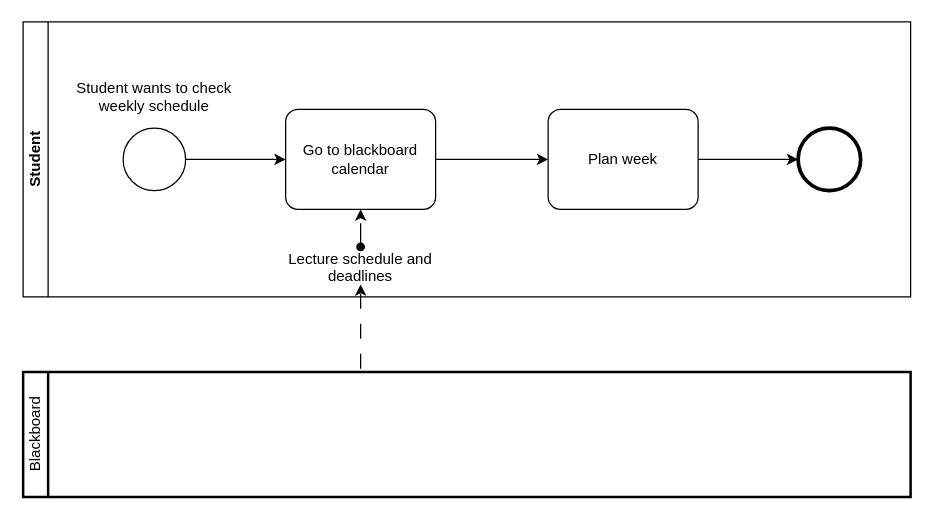
Earlier version of the draw.io diagram TDT4175-information-systems/group-project/sub-processes/weekly-schedule-new.drawio (jKm00/master-courses). Source tidied: cells renumbered, new cells numbered last; positions are measured from the earlier drawing's top-left corner, leaving out a move shared by most shapes. Both pictures are drawn from the tidied source at 125%, with x=0, y=0 at pixel (-15, 21).
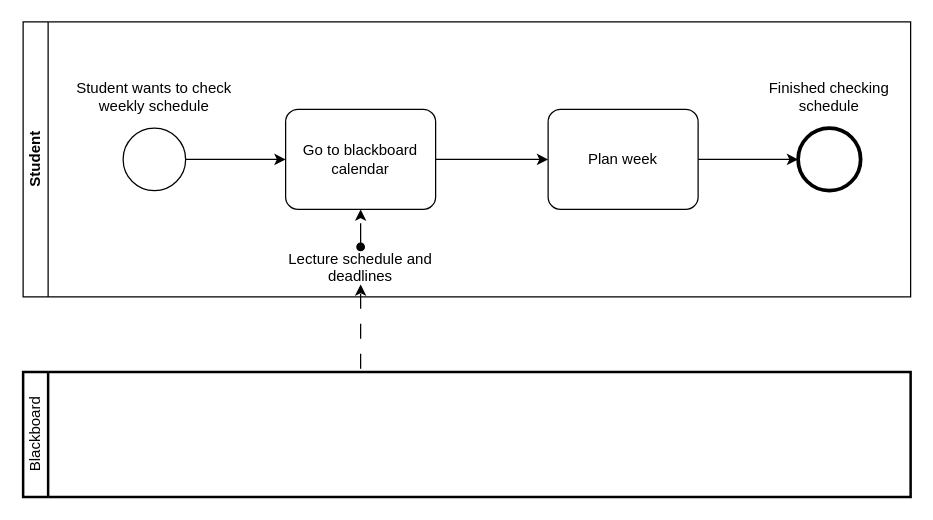
After the change.

Commit message (it also covers changes not shown here):
tdt4175: diagrams

What changed in the source:
```diff
@@
 <mxGraphModel>
   <root>
     <mxCell id="0" />
     <mxCell id="1" parent="0" />
     <mxCell id="2" value="Student" style="swimlane;startSize=20;horizontal=0;html=1;whiteSpace=wrap;" parent="1" vertex="1">
       <mxGeometry x="30" width="710" height="220" as="geometry" />
     </mxCell>
     <mxCell id="3" style="points=[[0.145,0.145,0],[0.5,0,0],[0.855,0.145,0],[1,0.5,0],[0.855,0.855,0],[0.5,1,0],[0.145,0.855,0],[0,0.5,0]];shape=mxgraph.bpmn.event;html=1;verticalLabelPosition=bottom;labelBackgroundColor=#ffffff;verticalAlign=top;align=center;perimeter=ellipsePerimeter;outlineConnect=0;outline=standard;symbol=general;" parent="2" vertex="1">
       <mxGeometry x="80" y="85" width="50" height="50" as="geometry" />
     </mxCell>
     <mxCell id="4" value="Student wants to check weekly schedule" style="text;html=1;strokeColor=none;fillColor=none;align=center;verticalAlign=middle;whiteSpace=wrap;overflow=hidden;" parent="2" vertex="1">
       <mxGeometry x="30" y="40" width="150" height="40" as="geometry" />
     </mxCell>
     <mxCell id="5" style="edgeStyle=orthogonalEdgeStyle;rounded=0;jettySize=auto;html=1;entryX=0.5;entryY=1;entryDx=0;entryDy=0;entryPerimeter=0;dashed=1;dashPattern=12 12;startArrow=oval;startFill=1;" parent="2" edge="1" source="13" target="6">
       <mxGeometry relative="1" as="geometry" />
     </mxCell>
     <mxCell id="6" value="Go to blackboard calendar" style="points=[[0.25,0,0],[0.5,0,0],[0.75,0,0],[1,0.25,0],[1,0.5,0],[1,0.75,0],[0.75,1,0],[0.5,1,0],[0.25,1,0],[0,0.75,0],[0,0.5,0],[0,0.25,0]];shape=mxgraph.bpmn.task;whiteSpace=wrap;rectStyle=rounded;size=10;html=1;taskMarker=abstract;" parent="2" vertex="1">
       <mxGeometry x="210" y="70" width="120" height="80" as="geometry" />
     </mxCell>
     <mxCell id="7" style="edgeStyle=orthogonalEdgeStyle;rounded=0;jettySize=auto;html=1;entryX=0;entryY=0.5;entryDx=0;entryDy=0;entryPerimeter=0;" parent="2" edge="1" source="3" target="6">
       <mxGeometry relative="1" as="geometry" />
     </mxCell>
     <mxCell id="8" style="edgeStyle=orthogonalEdgeStyle;rounded=0;jettySize=auto;html=1;" parent="2" edge="1" source="9" target="10">
       <mxGeometry relative="1" as="geometry" />
     </mxCell>
     <mxCell id="9" value="Plan week" style="points=[[0.25,0,0],[0.5,0,0],[0.75,0,0],[1,0.25,0],[1,0.5,0],[1,0.75,0],[0.75,1,0],[0.5,1,0],[0.25,1,0],[0,0.75,0],[0,0.5,0],[0,0.25,0]];shape=mxgraph.bpmn.task;whiteSpace=wrap;rectStyle=rounded;size=10;html=1;taskMarker=abstract;" parent="2" vertex="1">
       <mxGeometry x="420" y="70" width="120" height="80" as="geometry" />
     </mxCell>
     <mxCell id="10" style="points=[[0.145,0.145,0],[0.5,0,0],[0.855,0.145,0],[1,0.5,0],[0.855,0.855,0],[0.5,1,0],[0.145,0.855,0],[0,0.5,0]];shape=mxgraph.bpmn.event;html=1;verticalLabelPosition=bottom;labelBackgroundColor=#ffffff;verticalAlign=top;align=center;perimeter=ellipsePerimeter;outlineConnect=0;outline=end;symbol=terminate2;" parent="2" vertex="1">
       <mxGeometry x="620" y="85" width="50" height="50" as="geometry" />
     </mxCell>
     <mxCell id="11" style="edgeStyle=orthogonalEdgeStyle;rounded=0;jettySize=auto;html=1;entryX=0;entryY=0.5;entryDx=0;entryDy=0;entryPerimeter=0;" parent="2" edge="1" source="6" target="9">
       <mxGeometry relative="1" as="geometry" />
     </mxCell>
     <mxCell id="12" style="edgeStyle=orthogonalEdgeStyle;rounded=0;jettySize=auto;html=1;entryX=0.5;entryY=1;entryDx=0;entryDy=0;entryPerimeter=0;dashed=1;dashPattern=12 12;startArrow=oval;startFill=1;" parent="2" edge="1" target="13">
       <mxGeometry relative="1" as="geometry">
         <mxPoint x="310" y="360" as="sourcePoint" />
       </mxGeometry>
     </mxCell>
     <mxCell id="13" value="Lecture schedule and deadlines" style="text;html=1;strokeColor=none;fillColor=none;align=center;verticalAlign=middle;whiteSpace=wrap;overflow=hidden;" parent="2" vertex="1">
       <mxGeometry x="205" y="180" width="130" height="30" as="geometry" />
     </mxCell>
+    <mxCell id="16" value="Finished checking schedule" style="text;html=1;strokeColor=none;fillColor=none;align=center;verticalAlign=middle;whiteSpace=wrap;overflow=hidden;" parent="2" vertex="1">
+      <mxGeometry x="580" y="40" width="130" height="40" as="geometry" />
+    </mxCell>
     <mxCell id="14" style="swimlane;html=1;startSize=20;fontStyle=0;horizontal=0;swimlaneLine=1;swimlaneFillColor=#ffffff;strokeWidth=2;whiteSpace=wrap;" parent="1" vertex="1">
       <mxGeometry x="30" y="280" width="710" height="100" as="geometry" />
     </mxCell>
     <mxCell id="15" value="Blackboard" style="text;html=1;strokeColor=none;fillColor=none;align=center;verticalAlign=middle;whiteSpace=wrap;overflow=hidden;rotation=-90;" parent="14" vertex="1">
       <mxGeometry x="-30" y="40" width="80" height="20" as="geometry" />
     </mxCell>
   </root>
 </mxGraphModel>
```
